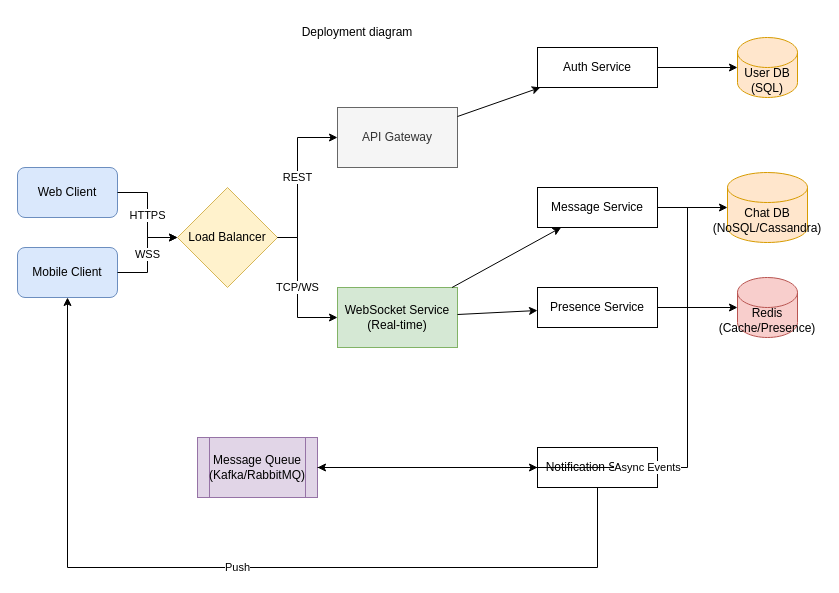
Above: chatapplication.drawio in kshivanand02/Tic-Tac-Toi (draw.io), before the change. Source tidied: cells renumbered, new cells numbered last; positions are measured from the earlier drawing's top-left corner, leaving out a move shared by most shapes. Both pictures are drawn from the tidied source at 100%, with x=0, y=0 at pixel (17, 17).
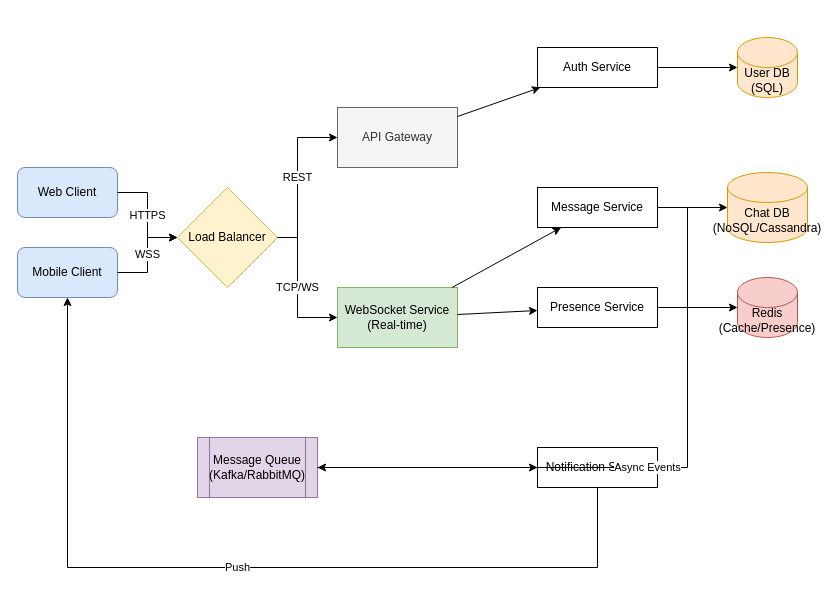
Above is the later version.

What changed in the source:
```diff
@@
-    <mxCell id="28" value="Deployment diagram" style="text;html=1;whiteSpace=wrap;strokeColor=none;fillColor=none;align=center;verticalAlign=middle;rounded=0;" parent="1" vertex="1">
-      <mxGeometry x="270" width="140" height="30" as="geometry" />
-    </mxCell>
```
